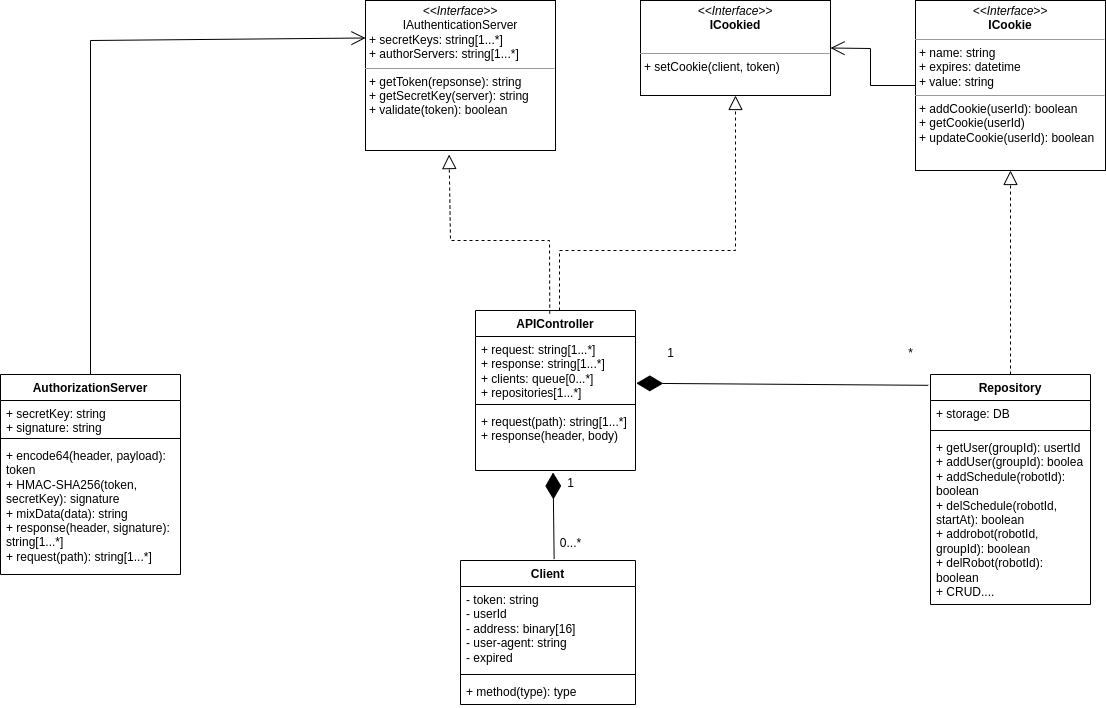
The draw.io diagram GB_SOS/GB-SOS-Authorization.png in gitMaksimAl/software-architecture, before a commit. Source tidied: cells renumbered, new cells last; positions are measured from the earlier drawing's top-left corner, leaving out a move shared by most shapes. The source it was exported from:
```xml
<mxGraphModel>
  <root>
    <mxCell id="0" />
    <mxCell id="1" parent="0" />
    <mxCell id="2" value="&lt;p style=&quot;margin:0px;margin-top:4px;text-align:center;&quot;&gt;&lt;i&gt;&amp;lt;&amp;lt;Interface&amp;gt;&amp;gt;&lt;/i&gt;&lt;br&gt;IAuthenticationServer&lt;/p&gt;&lt;p style=&quot;margin:0px;margin-left:4px;&quot;&gt;&lt;span style=&quot;background-color: initial;&quot;&gt;+ secretKeys: string[1...*]&lt;/span&gt;&lt;br&gt;&lt;/p&gt;&lt;p style=&quot;margin:0px;margin-left:4px;&quot;&gt;+ authorServers: string[1...*]&lt;br&gt;&lt;/p&gt;&lt;hr size=&quot;1&quot;&gt;&lt;p style=&quot;margin:0px;margin-left:4px;&quot;&gt;+ getToken(repsonse): string&lt;br&gt;&lt;/p&gt;&lt;p style=&quot;margin:0px;margin-left:4px;&quot;&gt;+ getSecretKey(server): string&lt;/p&gt;&lt;p style=&quot;margin:0px;margin-left:4px;&quot;&gt;+ validate(token): boolean&lt;/p&gt;" style="verticalAlign=top;align=left;overflow=fill;fontSize=12;fontFamily=Helvetica;html=1;whiteSpace=wrap;" parent="1" vertex="1">
      <mxGeometry x="365" width="190" height="150" as="geometry" />
    </mxCell>
    <mxCell id="3" value="APIController" style="swimlane;fontStyle=1;align=center;verticalAlign=top;horizontal=1;startSize=26;whiteSpace=wrap;html=1;" parent="1" vertex="1">
      <mxGeometry x="475" y="310" width="160" height="160" as="geometry" />
    </mxCell>
    <mxCell id="4" value="+ request: string[1...*]&lt;br&gt;+ response: string[1...*]&lt;br&gt;+ clients: queue[0...*]&lt;br&gt;+ repositories[1...*]" style="text;strokeColor=none;fillColor=none;align=left;verticalAlign=top;spacingLeft=4;spacingRight=4;overflow=hidden;points=[[0,0.5],[1,0.5]];portConstraint=eastwest;whiteSpace=wrap;html=1;" parent="3" vertex="1">
      <mxGeometry y="26" width="160" height="64" as="geometry" />
    </mxCell>
    <mxCell id="5" style="line;strokeWidth=1;fillColor=none;align=left;verticalAlign=middle;spacingTop=-1;spacingLeft=3;spacingRight=3;labelPosition=right;strokeColor=inherit;" parent="3" vertex="1">
      <mxGeometry y="90" width="160" height="8" as="geometry" />
    </mxCell>
    <mxCell id="6" value="+ request(path): string[1...*]&lt;br&gt;+ response(header, body)" style="text;strokeColor=none;fillColor=none;align=left;verticalAlign=top;spacingLeft=4;spacingRight=4;overflow=hidden;points=[[0,0.5],[1,0.5]];portConstraint=eastwest;whiteSpace=wrap;html=1;" parent="3" vertex="1">
      <mxGeometry y="98" width="160" height="62" as="geometry" />
    </mxCell>
    <mxCell id="7" value="AuthorizationServer" style="swimlane;fontStyle=1;align=center;verticalAlign=top;horizontal=1;startSize=26;whiteSpace=wrap;html=1;" parent="1" vertex="1">
      <mxGeometry y="374" width="180" height="200" as="geometry" />
    </mxCell>
    <mxCell id="8" value="+ secretKey: string&lt;br&gt;+ signature: string" style="text;strokeColor=none;fillColor=none;align=left;verticalAlign=top;spacingLeft=4;spacingRight=4;overflow=hidden;whiteSpace=wrap;html=1;" parent="7" vertex="1">
      <mxGeometry y="26" width="180" height="34" as="geometry" />
    </mxCell>
    <mxCell id="9" style="line;strokeWidth=1;fillColor=none;align=left;verticalAlign=middle;spacingTop=-1;spacingLeft=3;spacingRight=3;labelPosition=right;strokeColor=inherit;" parent="7" vertex="1">
      <mxGeometry y="60" width="180" height="8" as="geometry" />
    </mxCell>
    <mxCell id="10" value="+ encode64(header, payload): token&lt;br&gt;+&amp;nbsp;HMAC-SHA256(token, secretKey): signature&lt;br&gt;+ mixData(data): string&lt;br&gt;+ response(header, signature): string[1...*]&lt;br&gt;+ request(path): string[1...*]" style="text;strokeColor=none;fillColor=none;align=left;verticalAlign=top;spacingLeft=4;spacingRight=4;overflow=hidden;whiteSpace=wrap;html=1;" parent="7" vertex="1">
      <mxGeometry y="68" width="180" height="132" as="geometry" />
    </mxCell>
    <mxCell id="11" style="endArrow=block;dashed=1;endFill=0;endSize=12;html=1;rounded=0;entryX=0.44;entryY=1.027;entryDx=0;entryDy=0;entryPerimeter=0;exitX=0.464;exitY=0.019;exitDx=0;exitDy=0;exitPerimeter=0;" parent="1" edge="1" source="3" target="2">
      <mxGeometry relative="1" as="geometry">
        <Array as="points">
          <mxPoint x="549" y="240" />
          <mxPoint x="450" y="240" />
        </Array>
      </mxGeometry>
    </mxCell>
    <mxCell id="12" style="endArrow=open;endFill=1;endSize=12;html=1;rounded=0;exitX=0.5;exitY=0;exitDx=0;exitDy=0;entryX=0;entryY=0.25;entryDx=0;entryDy=0;" parent="1" edge="1" source="7" target="2">
      <mxGeometry relative="1" as="geometry">
        <Array as="points">
          <mxPoint x="90" y="40" />
        </Array>
      </mxGeometry>
    </mxCell>
    <mxCell id="13" value="Client" style="swimlane;fontStyle=1;align=center;verticalAlign=top;horizontal=1;startSize=26;whiteSpace=wrap;html=1;" parent="1" vertex="1">
      <mxGeometry x="460" y="560" width="175" height="144" as="geometry" />
    </mxCell>
    <mxCell id="14" value="- token: string&lt;br&gt;- userId&lt;br&gt;- address: binary[16]&lt;br&gt;- user-agent: string&lt;br&gt;- expired" style="text;strokeColor=none;fillColor=none;align=left;verticalAlign=top;spacingLeft=4;spacingRight=4;overflow=hidden;whiteSpace=wrap;html=1;" parent="13" vertex="1">
      <mxGeometry y="26" width="175" height="84" as="geometry" />
    </mxCell>
    <mxCell id="15" style="line;strokeWidth=1;fillColor=none;align=left;verticalAlign=middle;spacingTop=-1;spacingLeft=3;spacingRight=3;labelPosition=right;strokeColor=inherit;" parent="13" vertex="1">
      <mxGeometry y="110" width="175" height="8" as="geometry" />
    </mxCell>
    <mxCell id="16" value="+ method(type): type" style="text;strokeColor=none;fillColor=none;align=left;verticalAlign=top;spacingLeft=4;spacingRight=4;overflow=hidden;whiteSpace=wrap;html=1;" parent="13" vertex="1">
      <mxGeometry y="118" width="175" height="26" as="geometry" />
    </mxCell>
    <mxCell id="17" style="endArrow=diamondThin;endFill=1;endSize=24;html=1;rounded=0;entryX=0.485;entryY=1.032;entryDx=0;entryDy=0;entryPerimeter=0;exitX=0.535;exitY=-0.01;exitDx=0;exitDy=0;exitPerimeter=0;" parent="1" edge="1" source="13" target="6">
      <mxGeometry relative="1" as="geometry" />
    </mxCell>
    <mxCell id="18" value="1" style="text;html=1;align=center;verticalAlign=middle;strokeColor=none;fillColor=none;" parent="1" vertex="1">
      <mxGeometry x="555" y="468" width="30" height="30" as="geometry" />
    </mxCell>
    <mxCell id="19" value="0...*" style="text;html=1;align=center;verticalAlign=middle;strokeColor=none;fillColor=none;" parent="1" vertex="1">
      <mxGeometry x="550" y="528" width="40" height="30" as="geometry" />
    </mxCell>
    <mxCell id="20" value="Repository" style="swimlane;fontStyle=1;align=center;verticalAlign=top;horizontal=1;startSize=26;whiteSpace=wrap;html=1;" parent="1" vertex="1">
      <mxGeometry x="930" y="374" width="160" height="230" as="geometry" />
    </mxCell>
    <mxCell id="21" value="+ storage: DB" style="text;strokeColor=none;fillColor=none;align=left;verticalAlign=top;spacingLeft=4;spacingRight=4;overflow=hidden;whiteSpace=wrap;html=1;" parent="20" vertex="1">
      <mxGeometry y="26" width="160" height="26" as="geometry" />
    </mxCell>
    <mxCell id="22" style="line;strokeWidth=1;fillColor=none;align=left;verticalAlign=middle;spacingTop=-1;spacingLeft=3;spacingRight=3;labelPosition=right;strokeColor=inherit;" parent="20" vertex="1">
      <mxGeometry y="52" width="160" height="8" as="geometry" />
    </mxCell>
    <mxCell id="23" value="+ getUser(groupId): usertId&lt;br&gt;+ addUser(groupId): boolea&lt;br&gt;+ addSchedule(robotId): boolean&lt;br&gt;+ delSchedule(robotId, startAt): boolean&lt;br&gt;+ addrobot(robotId, groupId): boolean&lt;br&gt;+ delRobot(robotId): boolean&lt;br&gt;+ CRUD...." style="text;strokeColor=none;fillColor=none;align=left;verticalAlign=top;spacingLeft=4;spacingRight=4;overflow=hidden;whiteSpace=wrap;html=1;" parent="20" vertex="1">
      <mxGeometry y="60" width="160" height="170" as="geometry" />
    </mxCell>
    <mxCell id="24" value="&lt;p style=&quot;margin:0px;margin-top:4px;text-align:center;&quot;&gt;&lt;i&gt;&amp;lt;&amp;lt;Interface&amp;gt;&amp;gt;&lt;/i&gt;&lt;br&gt;&lt;b&gt;ICookie&lt;/b&gt;&lt;/p&gt;&lt;hr size=&quot;1&quot;&gt;&lt;p style=&quot;margin:0px;margin-left:4px;&quot;&gt;+ name: string&lt;/p&gt;&lt;p style=&quot;margin:0px;margin-left:4px;&quot;&gt;+ expires: datetime&lt;/p&gt;&lt;p style=&quot;margin:0px;margin-left:4px;&quot;&gt;+ value: string&lt;/p&gt;&lt;hr size=&quot;1&quot;&gt;&lt;p style=&quot;margin:0px;margin-left:4px;&quot;&gt;+ addCookie(userId): boolean&lt;/p&gt;&lt;p style=&quot;margin:0px;margin-left:4px;&quot;&gt;+ getCookie(userId)&lt;/p&gt;&lt;p style=&quot;margin:0px;margin-left:4px;&quot;&gt;+ updateCookie(userId): boolean&lt;/p&gt;" style="verticalAlign=top;align=left;overflow=fill;fontSize=12;fontFamily=Helvetica;html=1;whiteSpace=wrap;" parent="1" vertex="1">
      <mxGeometry x="915" width="190" height="170" as="geometry" />
    </mxCell>
    <mxCell id="25" style="endArrow=block;dashed=1;endFill=0;endSize=12;html=1;rounded=0;exitX=0.5;exitY=0;exitDx=0;exitDy=0;entryX=0.5;entryY=1;entryDx=0;entryDy=0;" parent="1" edge="1" source="20" target="24">
      <mxGeometry relative="1" as="geometry">
        <Array as="points">
          <mxPoint x="1010" y="220" />
        </Array>
      </mxGeometry>
    </mxCell>
    <mxCell id="26" value="&lt;p style=&quot;margin:0px;margin-top:4px;text-align:center;&quot;&gt;&lt;i&gt;&amp;lt;&amp;lt;Interface&amp;gt;&amp;gt;&lt;/i&gt;&lt;br&gt;&lt;b&gt;ICookied&lt;/b&gt;&lt;/p&gt;&lt;p style=&quot;margin:0px;margin-left:4px;&quot;&gt;&lt;br&gt;&lt;/p&gt;&lt;hr size=&quot;1&quot;&gt;&lt;p style=&quot;margin:0px;margin-left:4px;&quot;&gt;+ setCookie(client, token)&lt;br&gt;&lt;/p&gt;" style="verticalAlign=top;align=left;overflow=fill;fontSize=12;fontFamily=Helvetica;html=1;whiteSpace=wrap;" parent="1" vertex="1">
      <mxGeometry x="640" width="190" height="95" as="geometry" />
    </mxCell>
    <mxCell id="27" style="endArrow=block;dashed=1;endFill=0;endSize=12;html=1;rounded=0;entryX=0.5;entryY=1;entryDx=0;entryDy=0;" parent="1" edge="1" target="26">
      <mxGeometry relative="1" as="geometry">
        <mxPoint x="559" y="310" as="sourcePoint" />
        <Array as="points">
          <mxPoint x="559" y="250" />
          <mxPoint x="735" y="250" />
        </Array>
      </mxGeometry>
    </mxCell>
    <mxCell id="28" style="endArrow=open;endFill=1;endSize=12;html=1;rounded=0;exitX=0;exitY=0.5;exitDx=0;exitDy=0;entryX=1;entryY=0.5;entryDx=0;entryDy=0;" parent="1" edge="1" source="24" target="26">
      <mxGeometry relative="1" as="geometry">
        <Array as="points">
          <mxPoint x="870" y="85" />
          <mxPoint x="870" y="48" />
        </Array>
      </mxGeometry>
    </mxCell>
    <mxCell id="29" style="endArrow=diamondThin;endFill=1;endSize=24;html=1;rounded=0;exitX=-0.014;exitY=0.047;exitDx=0;exitDy=0;exitPerimeter=0;entryX=1.005;entryY=0.731;entryDx=0;entryDy=0;entryPerimeter=0;" parent="1" edge="1" source="20" target="4">
      <mxGeometry relative="1" as="geometry" />
    </mxCell>
    <mxCell id="30" value="1" style="text;html=1;align=center;verticalAlign=middle;strokeColor=none;fillColor=none;" parent="1" vertex="1">
      <mxGeometry x="655" y="338" width="30" height="30" as="geometry" />
    </mxCell>
    <mxCell id="31" value="*" style="text;html=1;align=center;verticalAlign=middle;strokeColor=none;fillColor=none;" parent="1" vertex="1">
      <mxGeometry x="895" y="338" width="30" height="30" as="geometry" />
    </mxCell>
  </root>
</mxGraphModel>
```
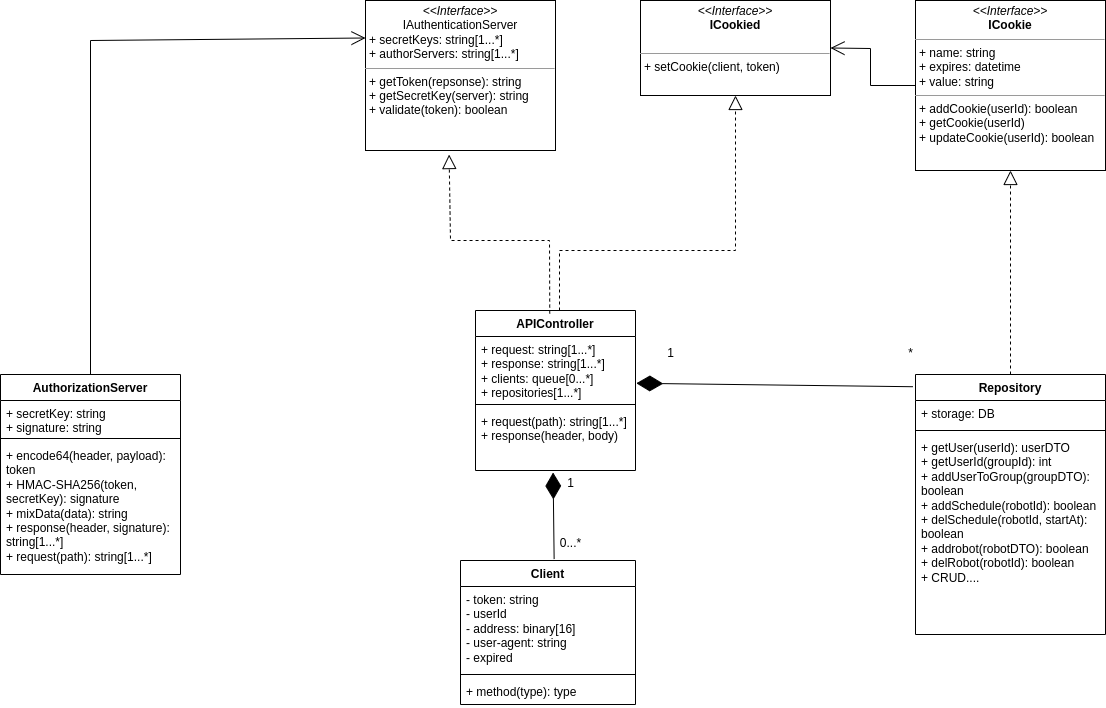
The same diagram one commit later.

Change to the diagram source:
```diff
@@ -66,16 +66,16 @@
       <mxGeometry x="550" y="528" width="40" height="30" as="geometry" />
     </mxCell>
     <mxCell id="20" value="Repository" style="swimlane;fontStyle=1;align=center;verticalAlign=top;horizontal=1;startSize=26;whiteSpace=wrap;html=1;" parent="1" vertex="1">
-      <mxGeometry x="930" y="374" width="160" height="230" as="geometry" />
+      <mxGeometry x="915" y="374" width="190" height="260" as="geometry" />
     </mxCell>
     <mxCell id="21" value="+ storage: DB" style="text;strokeColor=none;fillColor=none;align=left;verticalAlign=top;spacingLeft=4;spacingRight=4;overflow=hidden;whiteSpace=wrap;html=1;" parent="20" vertex="1">
-      <mxGeometry y="26" width="160" height="26" as="geometry" />
+      <mxGeometry y="26" width="190" height="26" as="geometry" />
     </mxCell>
     <mxCell id="22" style="line;strokeWidth=1;fillColor=none;align=left;verticalAlign=middle;spacingTop=-1;spacingLeft=3;spacingRight=3;labelPosition=right;strokeColor=inherit;" parent="20" vertex="1">
-      <mxGeometry y="52" width="160" height="8" as="geometry" />
+      <mxGeometry y="52" width="190" height="8" as="geometry" />
     </mxCell>
-    <mxCell id="23" value="+ getUser(groupId): usertId&lt;br&gt;+ addUser(groupId): boolea&lt;br&gt;+ addSchedule(robotId): boolean&lt;br&gt;+ delSchedule(robotId, startAt): boolean&lt;br&gt;+ addrobot(robotId, groupId): boolean&lt;br&gt;+ delRobot(robotId): boolean&lt;br&gt;+ CRUD...." style="text;strokeColor=none;fillColor=none;align=left;verticalAlign=top;spacingLeft=4;spacingRight=4;overflow=hidden;whiteSpace=wrap;html=1;" parent="20" vertex="1">
-      <mxGeometry y="60" width="160" height="170" as="geometry" />
+    <mxCell id="23" value="+ getUser(userId): userDTO&lt;br&gt;+ getUserId(groupId): int&lt;br&gt;+ addUserToGroup(groupDTO): boolean&lt;br&gt;+ addSchedule(robotId): boolean&lt;br&gt;+ delSchedule(robotId, startAt): boolean&lt;br&gt;+ addrobot(robotDTO): boolean&lt;br&gt;+ delRobot(robotId): boolean&lt;br&gt;+ CRUD...." style="text;strokeColor=none;fillColor=none;align=left;verticalAlign=top;spacingLeft=4;spacingRight=4;overflow=hidden;whiteSpace=wrap;html=1;" parent="20" vertex="1">
+      <mxGeometry y="60" width="190" height="200" as="geometry" />
     </mxCell>
     <mxCell id="24" value="&lt;p style=&quot;margin:0px;margin-top:4px;text-align:center;&quot;&gt;&lt;i&gt;&amp;lt;&amp;lt;Interface&amp;gt;&amp;gt;&lt;/i&gt;&lt;br&gt;&lt;b&gt;ICookie&lt;/b&gt;&lt;/p&gt;&lt;hr size=&quot;1&quot;&gt;&lt;p style=&quot;margin:0px;margin-left:4px;&quot;&gt;+ name: string&lt;/p&gt;&lt;p style=&quot;margin:0px;margin-left:4px;&quot;&gt;+ expires: datetime&lt;/p&gt;&lt;p style=&quot;margin:0px;margin-left:4px;&quot;&gt;+ value: string&lt;/p&gt;&lt;hr size=&quot;1&quot;&gt;&lt;p style=&quot;margin:0px;margin-left:4px;&quot;&gt;+ addCookie(userId): boolean&lt;/p&gt;&lt;p style=&quot;margin:0px;margin-left:4px;&quot;&gt;+ getCookie(userId)&lt;/p&gt;&lt;p style=&quot;margin:0px;margin-left:4px;&quot;&gt;+ updateCookie(userId): boolean&lt;/p&gt;" style="verticalAlign=top;align=left;overflow=fill;fontSize=12;fontFamily=Helvetica;html=1;whiteSpace=wrap;" parent="1" vertex="1">
       <mxGeometry x="915" width="190" height="170" as="geometry" />
```
